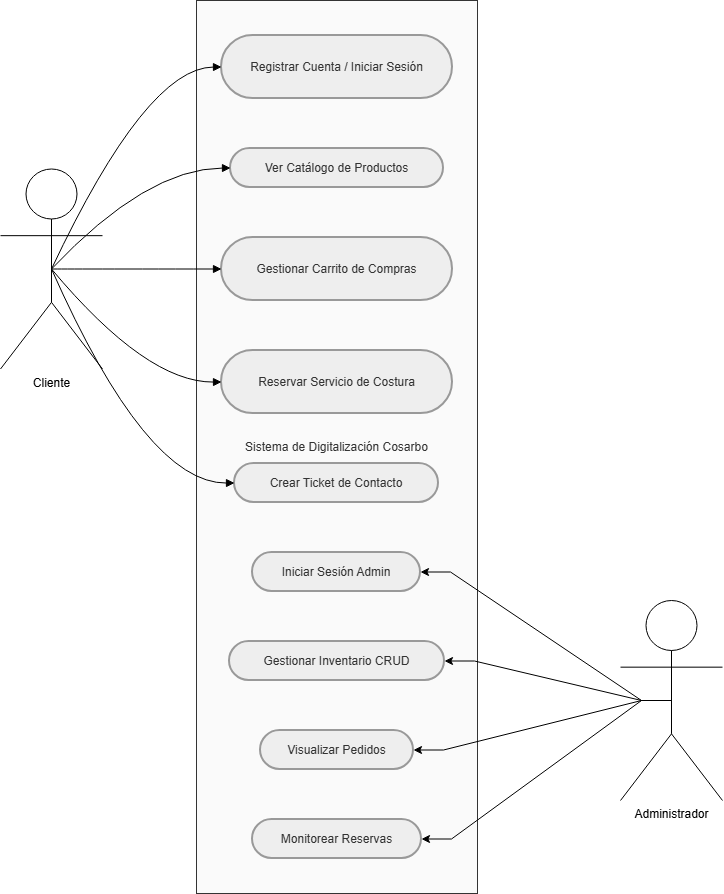
The draw.io diagram Documentacion/Diagrama de actores.png in Cristian-Ormazabal/Digitalizacion-Cosarbo, before a commit. Source tidied: cells renumbered, new cells last; positions are measured from the earlier drawing's top-left corner, leaving out a move shared by most shapes. Its diagram source:
```xml
<mxGraphModel>
  <root>
    <mxCell id="0" />
    <mxCell id="1" parent="0" />
    <mxCell id="2" value="Sistema de Digitalización Cosarbo" style="whiteSpace=wrap;strokeWidth=1;fillColor=#fafafa;strokeColor=#333;fontColor=light-dark(#333333,#cccccc);" parent="1" vertex="1">
      <mxGeometry x="196" width="281" height="893" as="geometry" />
    </mxCell>
    <mxCell id="3" value="Registrar Cuenta / Iniciar Sesión" style="rounded=1;whiteSpace=wrap;arcSize=50;strokeWidth=2;fillColor=light-dark(#eeeeee,#1f2020);strokeColor=light-dark(#999999,#cccccc);fontColor=light-dark(#333333,#cccccc);" parent="1" vertex="1">
      <mxGeometry x="221" y="35" width="231" height="63" as="geometry" />
    </mxCell>
    <mxCell id="4" value="Ver Catálogo de Productos" style="rounded=1;whiteSpace=wrap;arcSize=50;strokeWidth=2;fillColor=light-dark(#eeeeee,#1f2020);strokeColor=light-dark(#999999,#cccccc);fontColor=light-dark(#333333,#cccccc);" parent="1" vertex="1">
      <mxGeometry x="230" y="148" width="213" height="39" as="geometry" />
    </mxCell>
    <mxCell id="5" value="Gestionar Carrito de Compras" style="rounded=1;whiteSpace=wrap;arcSize=50;strokeWidth=2;fillColor=light-dark(#eeeeee,#1f2020);strokeColor=light-dark(#999999,#cccccc);fontColor=light-dark(#333333,#cccccc);" parent="1" vertex="1">
      <mxGeometry x="221" y="237" width="231" height="63" as="geometry" />
    </mxCell>
    <mxCell id="6" value="Reservar Servicio de Costura" style="rounded=1;whiteSpace=wrap;arcSize=50;strokeWidth=2;fillColor=light-dark(#eeeeee,#1f2020);strokeColor=light-dark(#999999,#cccccc);fontColor=light-dark(#333333,#cccccc);" parent="1" vertex="1">
      <mxGeometry x="221" y="350" width="231" height="63" as="geometry" />
    </mxCell>
    <mxCell id="7" value="Crear Ticket de Contacto" style="rounded=1;whiteSpace=wrap;arcSize=50;strokeWidth=2;fillColor=light-dark(#eeeeee,#1f2020);strokeColor=light-dark(#999999,#cccccc);fontColor=light-dark(#333333,#cccccc);" parent="1" vertex="1">
      <mxGeometry x="234" y="463" width="204" height="39" as="geometry" />
    </mxCell>
    <mxCell id="8" value="Iniciar Sesión Admin" style="rounded=1;whiteSpace=wrap;arcSize=50;strokeWidth=2;fillColor=light-dark(#eeeeee,#1f2020);strokeColor=light-dark(#999999,#cccccc);fontColor=light-dark(#333333,#cccccc);" parent="1" vertex="1">
      <mxGeometry x="252" y="552" width="168" height="39" as="geometry" />
    </mxCell>
    <mxCell id="9" value="Gestionar Inventario CRUD" style="rounded=1;whiteSpace=wrap;arcSize=50;strokeWidth=2;fillColor=light-dark(#eeeeee,#1f2020);strokeColor=light-dark(#999999,#cccccc);fontColor=light-dark(#333333,#cccccc);" parent="1" vertex="1">
      <mxGeometry x="229" y="641" width="215" height="39" as="geometry" />
    </mxCell>
    <mxCell id="10" value="Visualizar Pedidos" style="rounded=1;whiteSpace=wrap;arcSize=50;strokeWidth=2;fillColor=light-dark(#eeeeee,#1f2020);strokeColor=light-dark(#999999,#cccccc);fontColor=light-dark(#333333,#cccccc);" parent="1" vertex="1">
      <mxGeometry x="260" y="730" width="153" height="39" as="geometry" />
    </mxCell>
    <mxCell id="11" value="Monitorear Reservas" style="rounded=1;whiteSpace=wrap;arcSize=50;strokeWidth=2;fillColor=light-dark(#eeeeee,#1f2020);strokeColor=light-dark(#999999,#cccccc);fontColor=light-dark(#333333,#cccccc);" parent="1" vertex="1">
      <mxGeometry x="252" y="819" width="169" height="39" as="geometry" />
    </mxCell>
    <mxCell id="12" style="curved=1;startArrow=none;endArrow=block;exitX=0.5;exitY=0.5;entryX=0;entryY=0.5;rounded=0;exitDx=0;exitDy=0;exitPerimeter=0;" parent="1" edge="1" source="17" target="3">
      <mxGeometry relative="1" as="geometry">
        <Array as="points">
          <mxPoint x="146" y="67" />
        </Array>
      </mxGeometry>
    </mxCell>
    <mxCell id="13" style="curved=1;startArrow=none;endArrow=block;exitX=0.5;exitY=0.5;entryX=0;entryY=0.5;rounded=0;exitDx=0;exitDy=0;exitPerimeter=0;" parent="1" edge="1" source="17" target="4">
      <mxGeometry relative="1" as="geometry">
        <Array as="points">
          <mxPoint x="146" y="168" />
        </Array>
      </mxGeometry>
    </mxCell>
    <mxCell id="14" style="curved=1;startArrow=none;endArrow=block;exitX=0.5;exitY=0.5;entryX=0;entryY=0.5;rounded=0;exitDx=0;exitDy=0;exitPerimeter=0;" parent="1" edge="1" source="17" target="5">
      <mxGeometry relative="1" as="geometry" />
    </mxCell>
    <mxCell id="15" style="curved=1;startArrow=none;endArrow=block;exitX=0.5;exitY=0.5;entryX=0;entryY=0.5;rounded=0;exitDx=0;exitDy=0;exitPerimeter=0;" parent="1" edge="1" source="17" target="6">
      <mxGeometry relative="1" as="geometry">
        <Array as="points">
          <mxPoint x="146" y="382" />
        </Array>
      </mxGeometry>
    </mxCell>
    <mxCell id="16" style="curved=1;startArrow=none;endArrow=block;exitX=0.5;exitY=0.5;entryX=0;entryY=0.5;rounded=0;exitDx=0;exitDy=0;exitPerimeter=0;" parent="1" edge="1" source="17" target="7">
      <mxGeometry relative="1" as="geometry">
        <Array as="points">
          <mxPoint x="146" y="483" />
        </Array>
      </mxGeometry>
    </mxCell>
    <mxCell id="17" value="Cliente" style="shape=umlActor;verticalLabelPosition=bottom;verticalAlign=top;html=1;outlineConnect=0;" parent="1" vertex="1">
      <mxGeometry y="168.5" width="102" height="200" as="geometry" />
    </mxCell>
    <mxCell id="18" style="edgeStyle=entityRelationEdgeStyle;rounded=0;jettySize=auto;html=1;entryX=1;entryY=0.5;entryDx=0;entryDy=0;exitX=0.5;exitY=0.5;exitDx=0;exitDy=0;exitPerimeter=0;" parent="1" edge="1" source="20" target="10">
      <mxGeometry relative="1" as="geometry" />
    </mxCell>
    <mxCell id="19" style="edgeStyle=entityRelationEdgeStyle;rounded=0;jettySize=auto;html=1;exitX=0.5;exitY=0.5;exitDx=0;exitDy=0;exitPerimeter=0;entryX=1;entryY=0.5;entryDx=0;entryDy=0;" parent="1" edge="1" source="20" target="8">
      <mxGeometry relative="1" as="geometry" />
    </mxCell>
    <mxCell id="20" value="Administrador" style="shape=umlActor;verticalLabelPosition=bottom;verticalAlign=top;html=1;outlineConnect=0;" parent="1" vertex="1">
      <mxGeometry x="620" y="600" width="102" height="200" as="geometry" />
    </mxCell>
    <mxCell id="21" style="edgeStyle=entityRelationEdgeStyle;rounded=0;jettySize=auto;html=1;exitX=1;exitY=0.5;exitDx=0;exitDy=0;entryX=0.5;entryY=0.5;entryDx=0;entryDy=0;entryPerimeter=0;endArrow=none;endFill=0;startArrow=classic;startFill=1;" parent="1" edge="1" source="9" target="20">
      <mxGeometry relative="1" as="geometry" />
    </mxCell>
    <mxCell id="22" style="edgeStyle=entityRelationEdgeStyle;rounded=0;jettySize=auto;html=1;entryX=0.5;entryY=0.5;entryDx=0;entryDy=0;entryPerimeter=0;startArrow=classic;startFill=1;endArrow=none;endFill=0;" parent="1" edge="1" source="11" target="20">
      <mxGeometry relative="1" as="geometry" />
    </mxCell>
  </root>
</mxGraphModel>
```
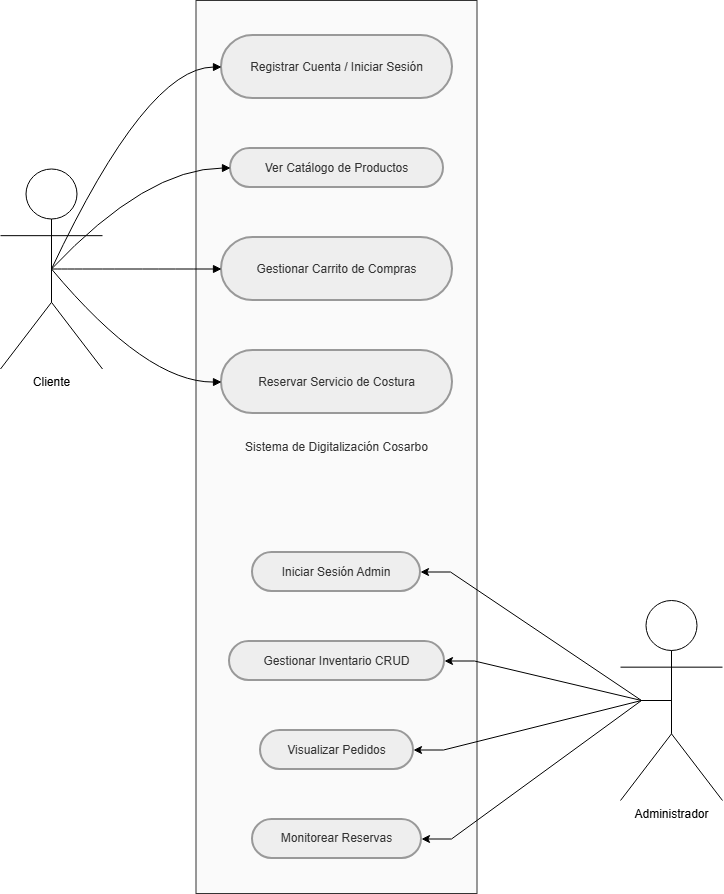
Above is the later version.

What changed in the source:
```diff
@@ -3,7 +3,7 @@
     <mxCell id="0" />
     <mxCell id="1" parent="0" />
     <mxCell id="2" value="Sistema de Digitalización Cosarbo" style="whiteSpace=wrap;strokeWidth=1;fillColor=#fafafa;strokeColor=#333;fontColor=light-dark(#333333,#cccccc);" parent="1" vertex="1">
-      <mxGeometry x="196" width="281" height="893" as="geometry" />
+      <mxGeometry x="195.5" width="281" height="893" as="geometry" />
     </mxCell>
     <mxCell id="3" value="Registrar Cuenta / Iniciar Sesión" style="rounded=1;whiteSpace=wrap;arcSize=50;strokeWidth=2;fillColor=light-dark(#eeeeee,#1f2020);strokeColor=light-dark(#999999,#cccccc);fontColor=light-dark(#333333,#cccccc);" parent="1" vertex="1">
       <mxGeometry x="221" y="35" width="231" height="63" as="geometry" />
@@ -17,9 +17,6 @@
     <mxCell id="6" value="Reservar Servicio de Costura" style="rounded=1;whiteSpace=wrap;arcSize=50;strokeWidth=2;fillColor=light-dark(#eeeeee,#1f2020);strokeColor=light-dark(#999999,#cccccc);fontColor=light-dark(#333333,#cccccc);" parent="1" vertex="1">
       <mxGeometry x="221" y="350" width="231" height="63" as="geometry" />
     </mxCell>
-    <mxCell id="7" value="Crear Ticket de Contacto" style="rounded=1;whiteSpace=wrap;arcSize=50;strokeWidth=2;fillColor=light-dark(#eeeeee,#1f2020);strokeColor=light-dark(#999999,#cccccc);fontColor=light-dark(#333333,#cccccc);" parent="1" vertex="1">
-      <mxGeometry x="234" y="463" width="204" height="39" as="geometry" />
-    </mxCell>
     <mxCell id="8" value="Iniciar Sesión Admin" style="rounded=1;whiteSpace=wrap;arcSize=50;strokeWidth=2;fillColor=light-dark(#eeeeee,#1f2020);strokeColor=light-dark(#999999,#cccccc);fontColor=light-dark(#333333,#cccccc);" parent="1" vertex="1">
       <mxGeometry x="252" y="552" width="168" height="39" as="geometry" />
     </mxCell>
@@ -56,13 +53,6 @@
         </Array>
       </mxGeometry>
     </mxCell>
-    <mxCell id="16" style="curved=1;startArrow=none;endArrow=block;exitX=0.5;exitY=0.5;entryX=0;entryY=0.5;rounded=0;exitDx=0;exitDy=0;exitPerimeter=0;" parent="1" edge="1" source="17" target="7">
-      <mxGeometry relative="1" as="geometry">
-        <Array as="points">
-          <mxPoint x="146" y="483" />
-        </Array>
-      </mxGeometry>
-    </mxCell>
     <mxCell id="17" value="Cliente" style="shape=umlActor;verticalLabelPosition=bottom;verticalAlign=top;html=1;outlineConnect=0;" parent="1" vertex="1">
       <mxGeometry y="168.5" width="102" height="200" as="geometry" />
     </mxCell>
```
